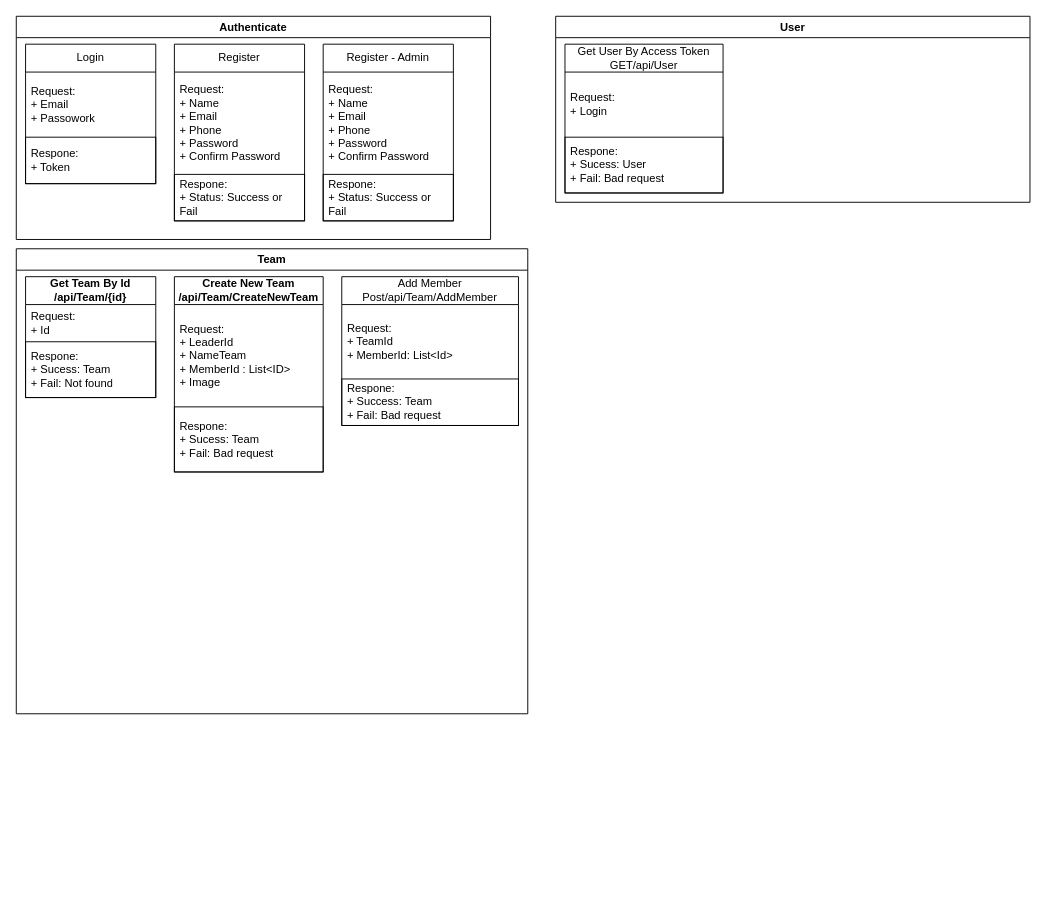
Before: Slitwise.drawio in HoangNhi/SplitWise_Server, a draw.io diagram. Source tidied: cells renumbered, new cells numbered last; positions are measured from the earlier drawing's top-left corner, leaving out a move shared by most shapes. Both pictures are drawn from the tidied source at 93%, with x=0, y=0 at pixel (16, 16).
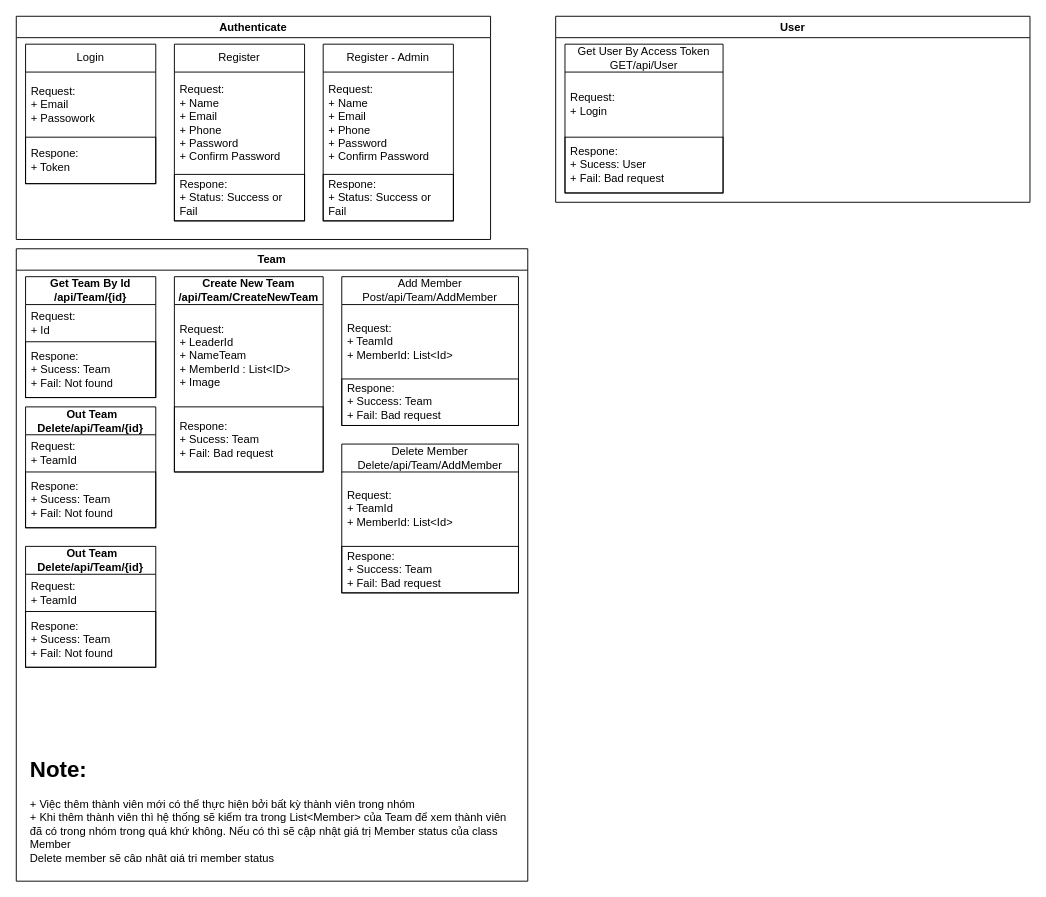
After the change.

Commit message:
Cập nhật Slitwise.drawio

The edit, as a diff of the source:
```diff
@@
     <mxCell id="12" value="Team" style="swimlane;whiteSpace=wrap;html=1;labelBackgroundColor=none;labelBorderColor=none;gradientColor=none;swimlaneFillColor=default;" parent="1" vertex="1">
-      <mxGeometry y="250" width="550" height="500" as="geometry" />
+      <mxGeometry y="250" width="550" height="680" as="geometry" />
     </mxCell>
@@
+    <mxCell id="26" value="Delete Member&lt;br&gt;Delete/api/Team/AddMember" style="swimlane;fontStyle=0;horizontal=1;startSize=30;whiteSpace=wrap;html=1;" parent="12" vertex="1">
+      <mxGeometry x="350" y="210" width="190" height="160" as="geometry" />
+    </mxCell>
+    <mxCell id="27" value="Request:&lt;br&gt;+ TeamId&lt;br&gt;+ MemberId: List&amp;lt;Id&amp;gt;" style="text;strokeColor=none;fillColor=none;align=left;verticalAlign=middle;spacingLeft=4;spacingRight=4;overflow=hidden;whiteSpace=wrap;html=1;" parent="26" vertex="1">
+      <mxGeometry y="30" width="190" height="80" as="geometry" />
+    </mxCell>
+    <mxCell id="28" value="Respone:&lt;br&gt;+ Success: Team&lt;br&gt;+ Fail: Bad request" style="text;strokeColor=default;fillColor=none;align=left;verticalAlign=middle;spacingLeft=4;spacingRight=4;overflow=hidden;whiteSpace=wrap;html=1;labelBackgroundColor=none;labelBorderColor=none;" parent="26" vertex="1">
+      <mxGeometry y="110" width="190" height="50" as="geometry" />
+    </mxCell>
+    <mxCell id="29" value="&lt;h1&gt;Note:&lt;/h1&gt;&lt;div&gt;+ Việc thêm thành viên mới có thể thực hiện bởi bất kỳ thành viên trong nhóm&lt;br&gt;+ Khi thêm thành viên thì hệ thống sẽ kiểm tra trong List&amp;lt;Member&amp;gt; của Team để xem thành viên đã có trong nhóm trong quá khứ không. Nếu có thì sẽ cập nhật giá trị Member status của class Member&lt;br&gt;Delete member sẽ cập nhật giá trị member status&lt;/div&gt;" style="text;html=1;strokeColor=none;fillColor=none;spacing=5;spacingTop=-20;whiteSpace=wrap;overflow=hidden;rounded=0;" parent="12" vertex="1">
+      <mxGeometry x="10" y="540" width="530" height="120" as="geometry" />
+    </mxCell>
+    <mxCell id="30" value="&amp;nbsp;Out Team&lt;br&gt;Delete/api/Team/{id}" style="swimlane;fontStyle=1;horizontal=1;startSize=30;whiteSpace=wrap;html=1;" parent="12" vertex="1">
+      <mxGeometry x="10" y="170" width="140" height="130" as="geometry" />
+    </mxCell>
+    <mxCell id="31" value="Request:&lt;br&gt;+ TeamId" style="text;strokeColor=none;fillColor=none;align=left;verticalAlign=middle;spacingLeft=4;spacingRight=4;overflow=hidden;whiteSpace=wrap;html=1;" parent="30" vertex="1">
+      <mxGeometry y="30" width="140" height="40" as="geometry" />
+    </mxCell>
+    <mxCell id="32" value="Respone:&lt;br&gt;+ Sucess: Team&lt;br&gt;+ Fail: Not found" style="text;strokeColor=default;fillColor=none;align=left;verticalAlign=middle;spacingLeft=4;spacingRight=4;overflow=hidden;whiteSpace=wrap;html=1;labelBackgroundColor=none;labelBorderColor=none;" parent="30" vertex="1">
+      <mxGeometry y="70" width="140" height="60" as="geometry" />
+    </mxCell>
+    <mxCell id="33" value="&amp;nbsp;Out Team&lt;br&gt;Delete/api/Team/{id}" style="swimlane;fontStyle=1;horizontal=1;startSize=30;whiteSpace=wrap;html=1;" parent="12" vertex="1">
+      <mxGeometry x="10" y="320" width="140" height="130" as="geometry" />
+    </mxCell>
+    <mxCell id="34" value="Request:&lt;br&gt;+ TeamId" style="text;strokeColor=none;fillColor=none;align=left;verticalAlign=middle;spacingLeft=4;spacingRight=4;overflow=hidden;whiteSpace=wrap;html=1;" parent="33" vertex="1">
+      <mxGeometry y="30" width="140" height="40" as="geometry" />
+    </mxCell>
+    <mxCell id="35" value="Respone:&lt;br&gt;+ Sucess: Team&lt;br&gt;+ Fail: Not found" style="text;strokeColor=default;fillColor=none;align=left;verticalAlign=middle;spacingLeft=4;spacingRight=4;overflow=hidden;whiteSpace=wrap;html=1;labelBackgroundColor=none;labelBorderColor=none;" parent="33" vertex="1">
+      <mxGeometry y="70" width="140" height="60" as="geometry" />
+    </mxCell>
```
